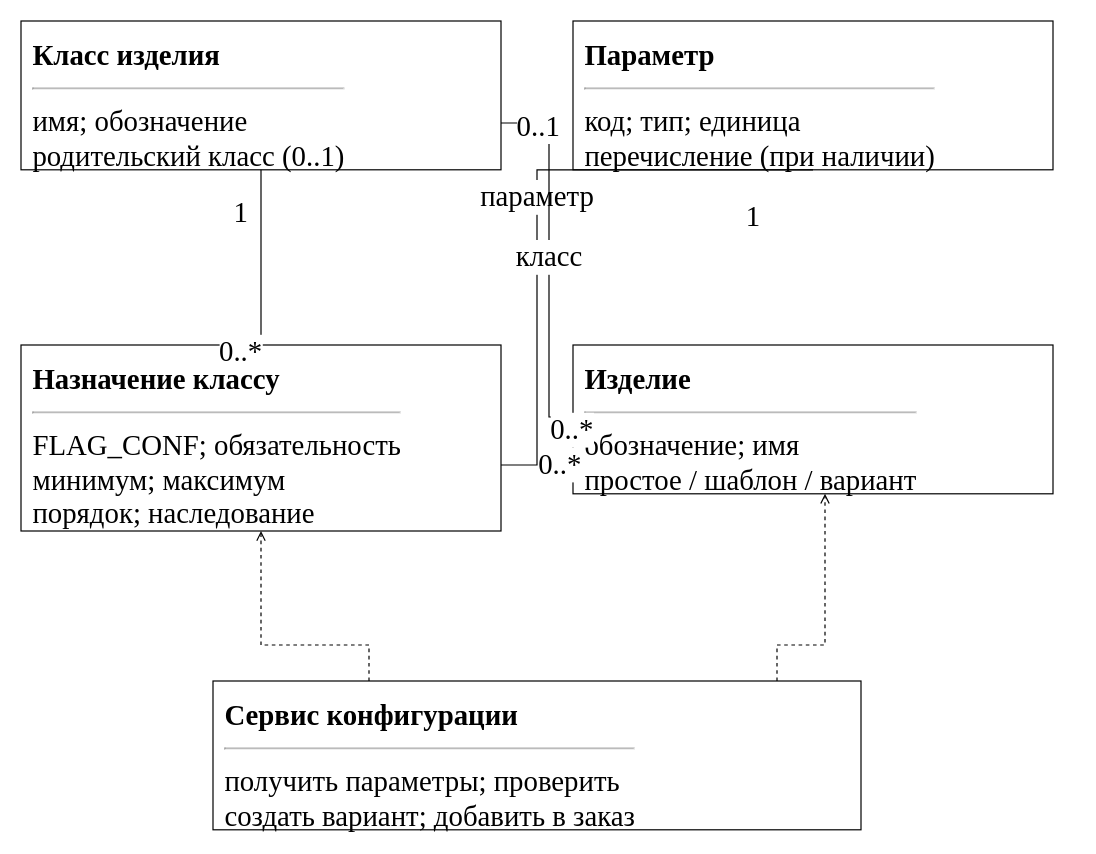
The draw.io diagram utils/lab7/diagrams/03_classes_configuration.drawio in 10xtheo/mispris-sem7, before the edit. Source tidied: cells renumbered, new cells numbered last; positions are measured from the earlier drawing's top-left corner, leaving out a move shared by most shapes. Both pictures are drawn from the tidied source at 120%, with x=0, y=0 at pixel (20, 20).
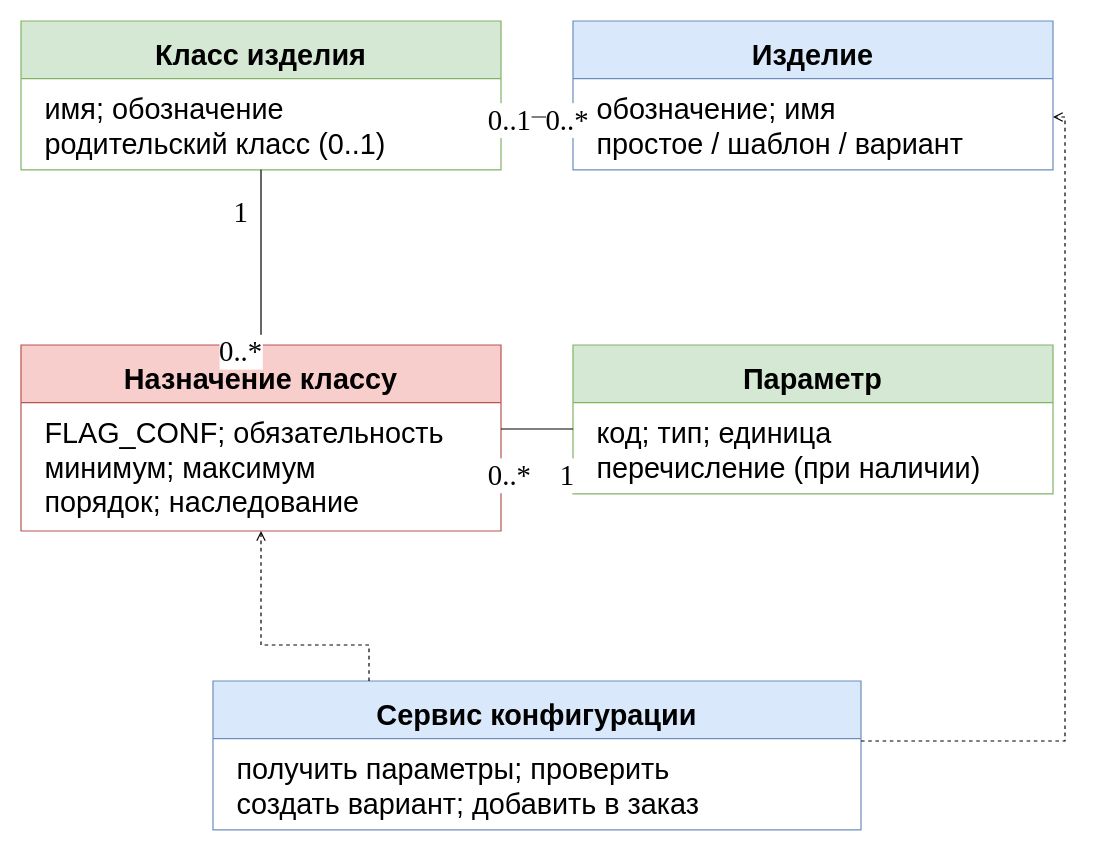
The same page after the edit.

What changed in the source:
```diff
@@
-    <mxCell id="2" value="&lt;b&gt;Класс изделия&lt;/b&gt;&lt;hr&gt;имя; обозначение&lt;br&gt;родительский класс (0..1)" style="rounded=0;whiteSpace=wrap;html=1;align=left;verticalAlign=top;fontFamily=Times New Roman;fontSize=24;spacing=10;fillColor=#ffffff;strokeColor=#000000;" parent="1" vertex="1">
+    <mxCell id="2" value="Класс изделия" style="rounded=0;whiteSpace=wrap;html=1;align=center;verticalAlign=top;fontFamily=Arial;fontSize=24;spacing=10;fillColor=#d5e8d4;strokeColor=#82b366;shape=swimlane;startSize=48;fontStyle=1;swimlaneFillColor=#ffffff;" parent="1" vertex="1">
       <mxGeometry width="400" height="124" as="geometry" />
     </mxCell>
+    <mxCell id="18" value="имя; обозначение&lt;br&gt;родительский класс (0..1)" style="text;html=1;align=left;verticalAlign=top;fontFamily=Arial;fontSize=24;spacingLeft=18;spacingTop=5;fillColor=none;strokeColor=none;" parent="2" vertex="1">
+      <mxGeometry y="48" width="400" height="76" as="geometry" />
+    </mxCell>
-    <mxCell id="3" value="&lt;b&gt;Параметр&lt;/b&gt;&lt;hr&gt;код; тип; единица&lt;br&gt;перечисление (при наличии)" style="rounded=0;whiteSpace=wrap;html=1;align=left;verticalAlign=top;fontFamily=Times New Roman;fontSize=24;spacing=10;fillColor=#ffffff;strokeColor=#000000;" parent="1" vertex="1">
-      <mxGeometry x="460" width="400" height="124" as="geometry" />
+    <mxCell id="3" value="Параметр" style="rounded=0;whiteSpace=wrap;html=1;align=center;verticalAlign=top;fontFamily=Arial;fontSize=24;spacing=10;fillColor=#d5e8d4;strokeColor=#82b366;shape=swimlane;startSize=48;fontStyle=1;swimlaneFillColor=#ffffff;" parent="1" vertex="1">
+      <mxGeometry x="460" y="270" width="400" height="124" as="geometry" />
     </mxCell>
+    <mxCell id="19" value="код; тип; единица&lt;br&gt;перечисление (при наличии)" style="text;html=1;align=left;verticalAlign=top;fontFamily=Arial;fontSize=24;spacingLeft=18;spacingTop=5;fillColor=none;strokeColor=none;" parent="3" vertex="1">
+      <mxGeometry y="48" width="400" height="76" as="geometry" />
+    </mxCell>
-    <mxCell id="4" value="&lt;b&gt;Назначение классу&lt;/b&gt;&lt;hr&gt;FLAG_CONF; обязательность&lt;br&gt;минимум; максимум&lt;br&gt;порядок; наследование" style="rounded=0;whiteSpace=wrap;html=1;align=left;verticalAlign=top;fontFamily=Times New Roman;fontSize=24;spacing=10;fillColor=#ffffff;strokeColor=#000000;" parent="1" vertex="1">
+    <mxCell id="4" value="Назначение классу" style="rounded=0;whiteSpace=wrap;html=1;align=center;verticalAlign=top;fontFamily=Arial;fontSize=24;spacing=10;fillColor=#f8cecc;strokeColor=#b85450;shape=swimlane;startSize=48;fontStyle=1;swimlaneFillColor=#ffffff;" parent="1" vertex="1">
       <mxGeometry y="270" width="400" height="155" as="geometry" />
     </mxCell>
+    <mxCell id="20" value="FLAG_CONF; обязательность&lt;br&gt;минимум; максимум&lt;br&gt;порядок; наследование" style="text;html=1;align=left;verticalAlign=top;fontFamily=Arial;fontSize=24;spacingLeft=18;spacingTop=5;fillColor=none;strokeColor=none;" parent="4" vertex="1">
+      <mxGeometry y="48" width="400" height="107" as="geometry" />
+    </mxCell>
-    <mxCell id="5" value="&lt;b&gt;Изделие&lt;/b&gt;&lt;hr&gt;обозначение; имя&lt;br&gt;простое / шаблон / вариант" style="rounded=0;whiteSpace=wrap;html=1;align=left;verticalAlign=top;fontFamily=Times New Roman;fontSize=24;spacing=10;fillColor=#ffffff;strokeColor=#000000;" parent="1" vertex="1">
-      <mxGeometry x="460" y="270" width="400" height="124" as="geometry" />
+    <mxCell id="5" value="Изделие" style="rounded=0;whiteSpace=wrap;html=1;align=center;verticalAlign=top;fontFamily=Arial;fontSize=24;spacing=10;fillColor=#dae8fc;strokeColor=#6c8ebf;shape=swimlane;startSize=48;fontStyle=1;swimlaneFillColor=#ffffff;" parent="1" vertex="1">
+      <mxGeometry x="460" width="400" height="124" as="geometry" />
     </mxCell>
+    <mxCell id="21" value="обозначение; имя&lt;br&gt;простое / шаблон / вариант" style="text;html=1;align=left;verticalAlign=top;fontFamily=Arial;fontSize=24;spacingLeft=18;spacingTop=5;fillColor=none;strokeColor=none;" parent="5" vertex="1">
+      <mxGeometry y="48" width="400" height="76" as="geometry" />
+    </mxCell>
-    <mxCell id="6" value="&lt;b&gt;Сервис конфигурации&lt;/b&gt;&lt;hr&gt;получить параметры; проверить&lt;br&gt;создать вариант; добавить в заказ" style="rounded=0;whiteSpace=wrap;html=1;align=left;verticalAlign=top;fontFamily=Times New Roman;fontSize=24;spacing=10;fillColor=#ffffff;strokeColor=#000000;" parent="1" vertex="1">
+    <mxCell id="6" value="Сервис конфигурации" style="rounded=0;whiteSpace=wrap;html=1;align=center;verticalAlign=top;fontFamily=Arial;fontSize=24;spacing=10;fillColor=#dae8fc;strokeColor=#6c8ebf;shape=swimlane;startSize=48;fontStyle=1;swimlaneFillColor=#ffffff;" parent="1" vertex="1">
       <mxGeometry x="160" y="550" width="540" height="124" as="geometry" />
     </mxCell>
+    <mxCell id="22" value="получить параметры; проверить&lt;br&gt;создать вариант; добавить в заказ" style="text;html=1;align=left;verticalAlign=top;fontFamily=Arial;fontSize=24;spacingLeft=18;spacingTop=5;fillColor=none;strokeColor=none;" parent="6" vertex="1">
+      <mxGeometry y="48" width="540" height="76" as="geometry" />
+    </mxCell>
-    <mxCell id="7" style="edgeStyle=orthogonalEdgeStyle;rounded=0;html=1;endArrow=open;fontFamily=Times New Roman;fontSize=24;labelBackgroundColor=#ffffff;exitX=0.5;exitY=1.0;entryX=0.5;entryY=0.0;endArrow=none;startArrow=none;" parent="1" edge="1" source="2" target="4">
+    <mxCell id="7" style="edgeStyle=orthogonalEdgeStyle;rounded=0;html=1;endArrow=open;fontFamily=Arial;fontSize=24;labelBackgroundColor=#ffffff;exitX=0.5;exitY=1.0;entryX=0.5;entryY=0.0;endArrow=none;startArrow=none;" parent="1" edge="1" source="2" target="4">
       <mxGeometry relative="1" as="geometry" />
     </mxCell>
@@
-    <mxCell id="10" value="параметр" style="edgeStyle=orthogonalEdgeStyle;rounded=0;html=1;endArrow=open;fontFamily=Times New Roman;fontSize=24;labelBackgroundColor=#ffffff;exitX=1.0;exitY=0.6451612903225806;entryX=0.5;entryY=1.0;endArrow=none;startArrow=none;" parent="1" edge="1" source="4" target="3">
-      <mxGeometry relative="1" as="geometry">
-        <Array as="points">
-          <mxPoint x="430" y="370" />
-          <mxPoint x="430" y="124" />
-        </Array>
-      </mxGeometry>
+    <mxCell id="10" style="edgeStyle=orthogonalEdgeStyle;rounded=0;html=1;endArrow=open;fontFamily=Arial;fontSize=24;labelBackgroundColor=#ffffff;exitX=1.0;exitY=0.45161290322580644;entryX=0.0;entryY=0.5645161290322581;endArrow=none;startArrow=none;" parent="1" edge="1" source="4" target="3">
+      <mxGeometry relative="1" as="geometry" />
     </mxCell>
@@
-    <mxCell id="13" value="класс" style="edgeStyle=orthogonalEdgeStyle;rounded=0;html=1;endArrow=open;fontFamily=Times New Roman;fontSize=24;labelBackgroundColor=#ffffff;exitX=0.0;exitY=0.4838709677419355;entryX=1.0;entryY=0.6854838709677419;endArrow=none;startArrow=none;" parent="1" edge="1" source="5" target="2">
-      <mxGeometry relative="1" as="geometry">
-        <Array as="points">
-          <mxPoint x="440" y="330" />
-          <mxPoint x="440" y="85" />
-        </Array>
-      </mxGeometry>
+    <mxCell id="13" style="edgeStyle=orthogonalEdgeStyle;rounded=0;html=1;endArrow=open;fontFamily=Arial;fontSize=24;labelBackgroundColor=#ffffff;exitX=0.0;exitY=0.6451612903225806;entryX=1.0;entryY=0.6451612903225806;endArrow=none;startArrow=none;" parent="1" edge="1" source="5" target="2">
+      <mxGeometry relative="1" as="geometry" />
     </mxCell>
@@
-    <mxCell id="16" style="edgeStyle=orthogonalEdgeStyle;rounded=0;html=1;endArrow=open;fontFamily=Times New Roman;fontSize=24;labelBackgroundColor=#ffffff;exitX=0.24074074074074073;exitY=0.0;entryX=0.5;entryY=1.0;dashed=1;endArrow=open;" parent="1" edge="1" source="6" target="4">
+    <mxCell id="16" style="edgeStyle=orthogonalEdgeStyle;rounded=0;html=1;endArrow=open;fontFamily=Arial;fontSize=24;labelBackgroundColor=#ffffff;exitX=0.24074074074074073;exitY=0.0;entryX=0.5;entryY=1.0;dashed=1;endArrow=open;" parent="1" edge="1" source="6" target="4">
       <mxGeometry relative="1" as="geometry">
         <Array as="points">
           <mxPoint x="290" y="520" />
           <mxPoint x="200" y="520" />
         </Array>
       </mxGeometry>
     </mxCell>
-    <mxCell id="17" style="edgeStyle=orthogonalEdgeStyle;rounded=0;html=1;endArrow=open;fontFamily=Times New Roman;fontSize=24;labelBackgroundColor=#ffffff;exitX=0.8703703703703703;exitY=0.0;entryX=0.525;entryY=1.0;dashed=1;endArrow=open;" parent="1" edge="1" source="6" target="5">
+    <mxCell id="17" style="edgeStyle=orthogonalEdgeStyle;rounded=0;html=1;endArrow=open;fontFamily=Arial;fontSize=24;labelBackgroundColor=#ffffff;exitX=1.0;exitY=0.4032258064516129;entryX=1.0;entryY=0.6451612903225806;dashed=1;endArrow=open;" parent="1" edge="1" source="6" target="5">
       <mxGeometry relative="1" as="geometry">
         <Array as="points">
-          <mxPoint x="630" y="520" />
-          <mxPoint x="670" y="520" />
+          <mxPoint x="870" y="600" />
+          <mxPoint x="870" y="80" />
         </Array>
       </mxGeometry>
     </mxCell>
```
